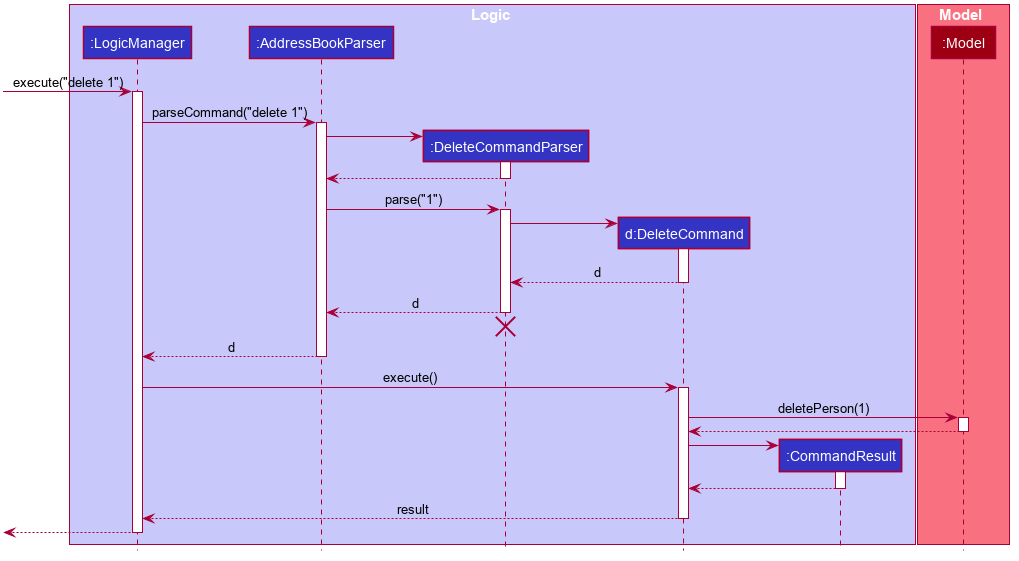
nus-cs2103-AY1920S1/addressbook-level3 keeps this PlantUML diagram as docs/images/DeleteSequenceDiagram.png. Above is the earlier version.
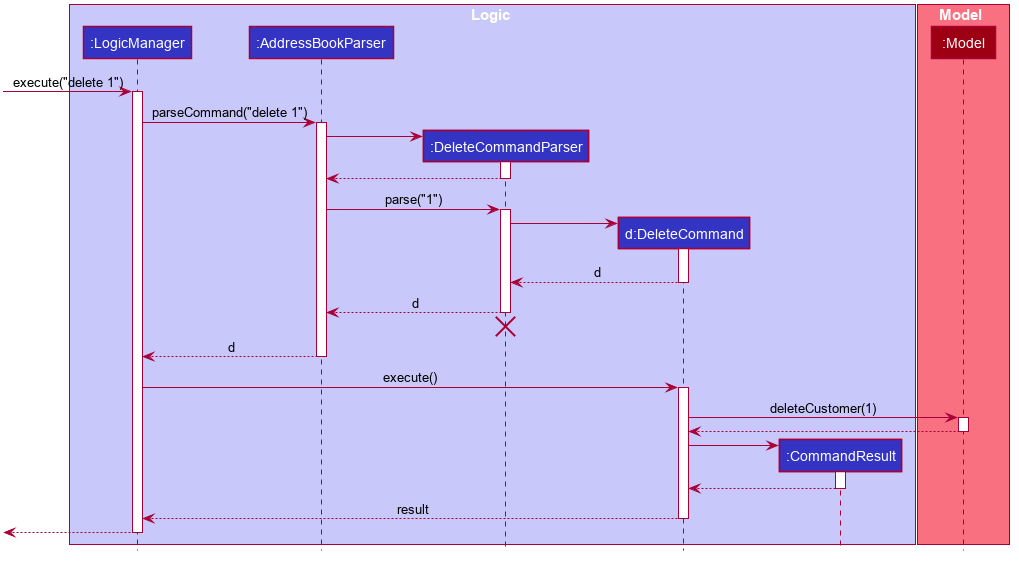
The same file after the commit.

Change to the diagram source:
```diff
@@ -94,7 +94,7 @@
 LogicManager -> DeleteCommand : execute()
 activate DeleteCommand
 
-DeleteCommand -> Model : deletePerson(1)
+DeleteCommand -> Model : deleteCustomer(1)
 activate Model
 
 Model --> DeleteCommand
```
